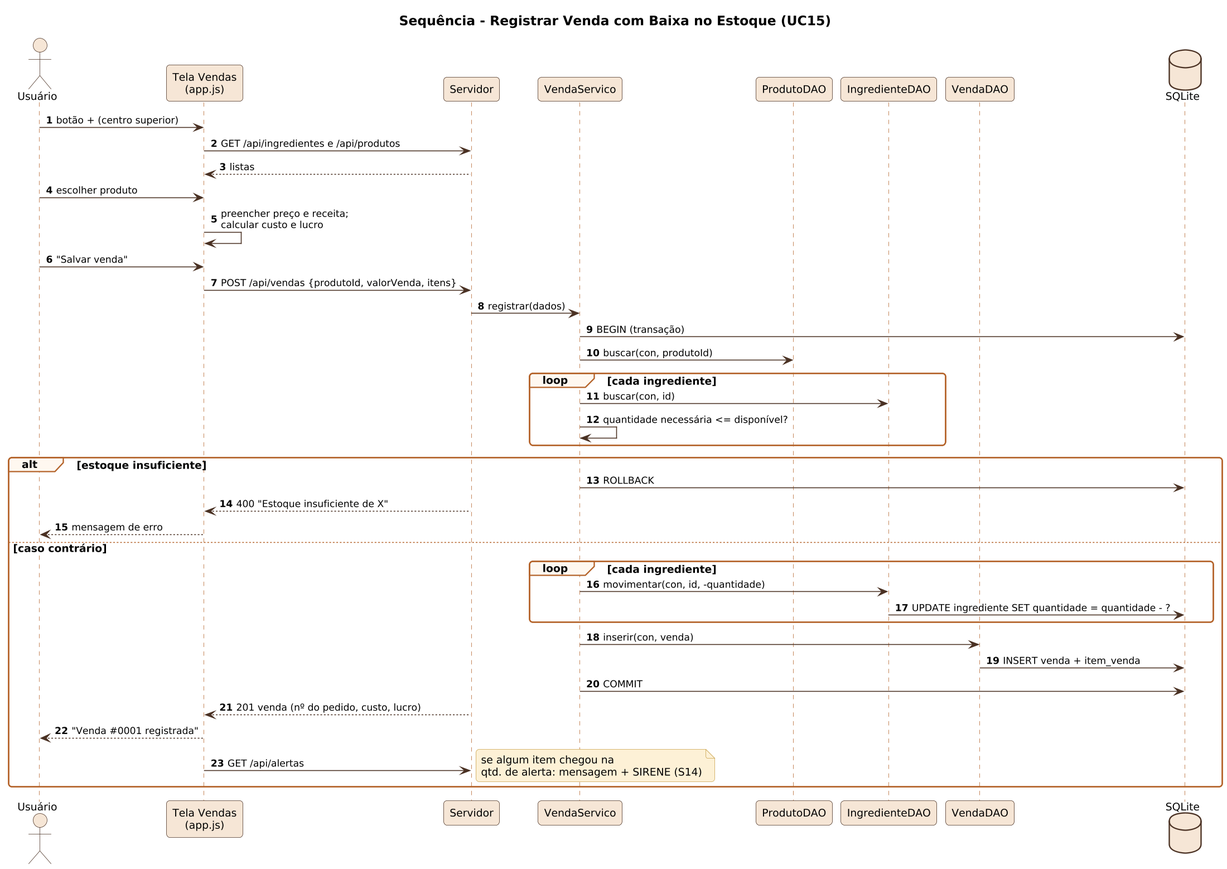
Hallff/ConfeitaSys keeps this PlantUML diagram as docs/diagramas/png/S10_seq_registrar_venda.png. Above is the earlier version.
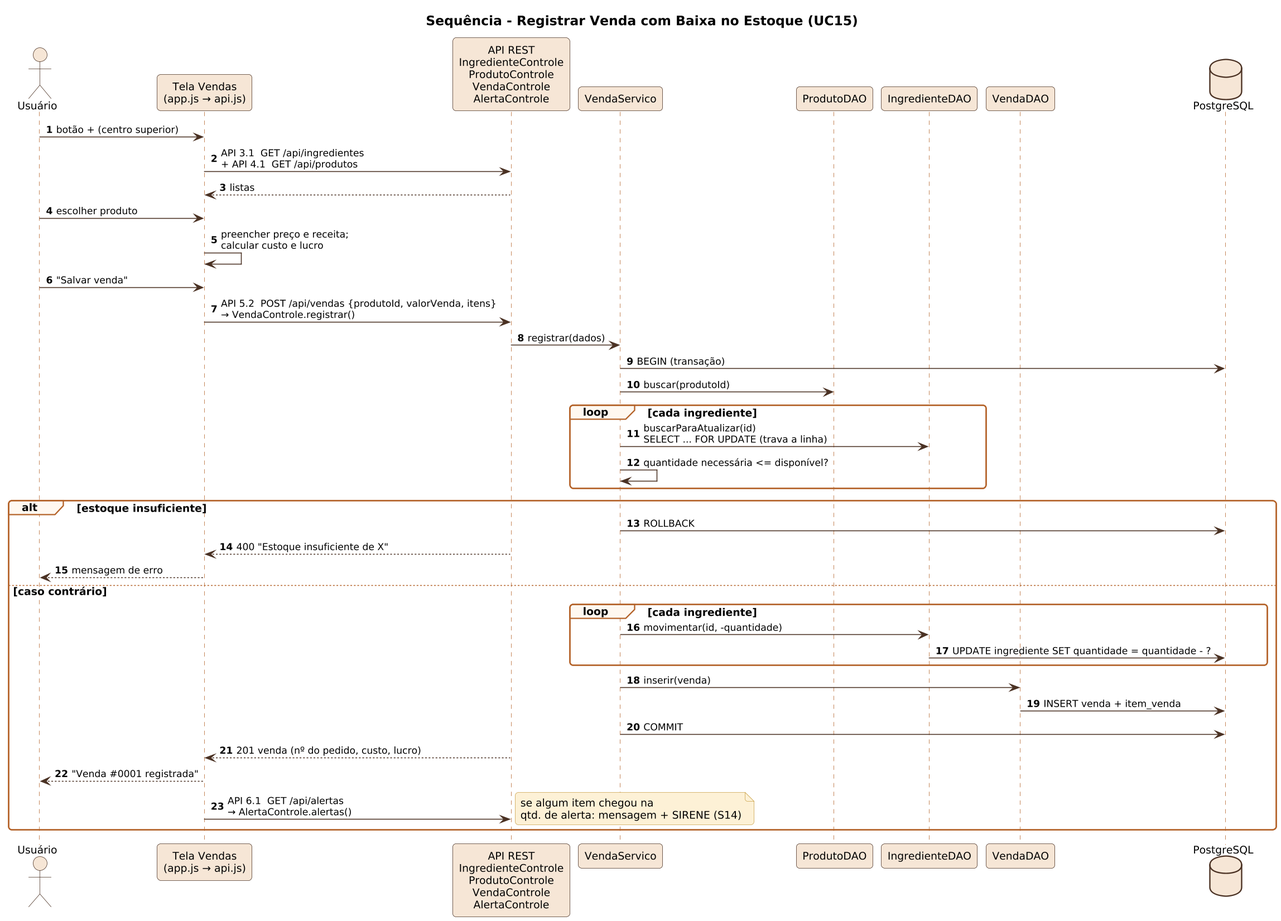
Later version of the same file.

Change to the diagram source:
```diff
@@ -2,25 +2,25 @@
 !include _seq.iuml
 title Sequência - Registrar Venda com Baixa no Estoque (UC15)
 actor Usuário as U
-participant "Tela Vendas\n(app.js)" as T
-participant Servidor as S
+participant "Tela Vendas\n(app.js → api.js)" as T
+participant "API REST\nIngredienteControle\nProdutoControle\nVendaControle\nAlertaControle" as S
 participant VendaServico as VS
 participant ProdutoDAO as PD
 participant IngredienteDAO as ID
 participant VendaDAO as VD
-database SQLite as DB
+database "PostgreSQL" as DB
 U -> T : botão + (centro superior)
-T -> S : GET /api/ingredientes e /api/produtos
+T -> S : API 3.1  GET /api/ingredientes\n+ API 4.1  GET /api/produtos
 S --> T : listas
 U -> T : escolher produto
 T -> T : preencher preço e receita;\ncalcular custo e lucro
 U -> T : "Salvar venda"
-T -> S : POST /api/vendas {produtoId, valorVenda, itens}
+T -> S : API 5.2  POST /api/vendas {produtoId, valorVenda, itens}\n→ VendaControle.registrar()
 S -> VS : registrar(dados)
 VS -> DB : BEGIN (transação)
-VS -> PD : buscar(con, produtoId)
+VS -> PD : buscar(produtoId)
 loop cada ingrediente
-  VS -> ID : buscar(con, id)
+  VS -> ID : buscarParaAtualizar(id)\nSELECT ... FOR UPDATE (trava a linha)
   VS -> VS : quantidade necessária <= disponível?
 end
 alt estoque insuficiente
@@ -29,15 +29,15 @@
   T --> U : mensagem de erro
 else caso contrário
   loop cada ingrediente
-    VS -> ID : movimentar(con, id, -quantidade)
+    VS -> ID : movimentar(id, -quantidade)
     ID -> DB : UPDATE ingrediente SET quantidade = quantidade - ?
   end
-  VS -> VD : inserir(con, venda)
+  VS -> VD : inserir(venda)
   VD -> DB : INSERT venda + item_venda
   VS -> DB : COMMIT
   S --> T : 201 venda (nº do pedido, custo, lucro)
   T --> U : "Venda #0001 registrada"
-  T -> S : GET /api/alertas
+  T -> S : API 6.1  GET /api/alertas\n→ AlertaControle.alertas()
   note right : se algum item chegou na\nqtd. de alerta: mensagem + SIRENE (S14)
 end
 @enduml
```
